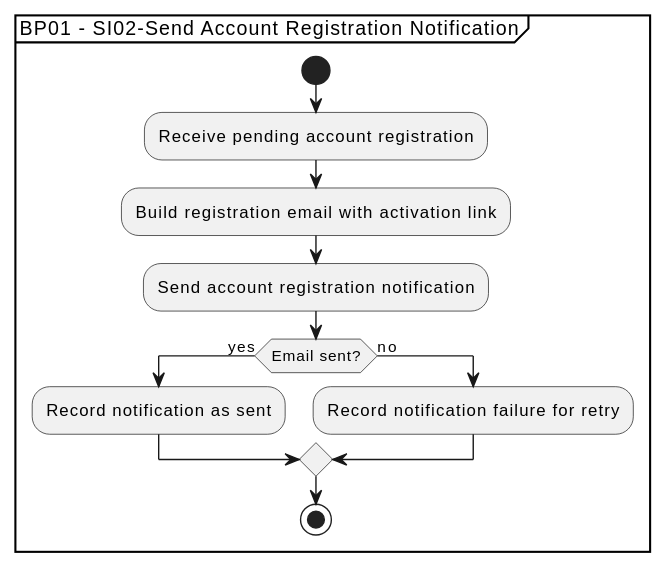
Above: 2.System Interactions/1.SystemInteractionDiagrams/BP01-SI02-Send-Account-Registration-Notification.svg in aaberg/builders-clinic-fix-me (PlantUML), before the change.
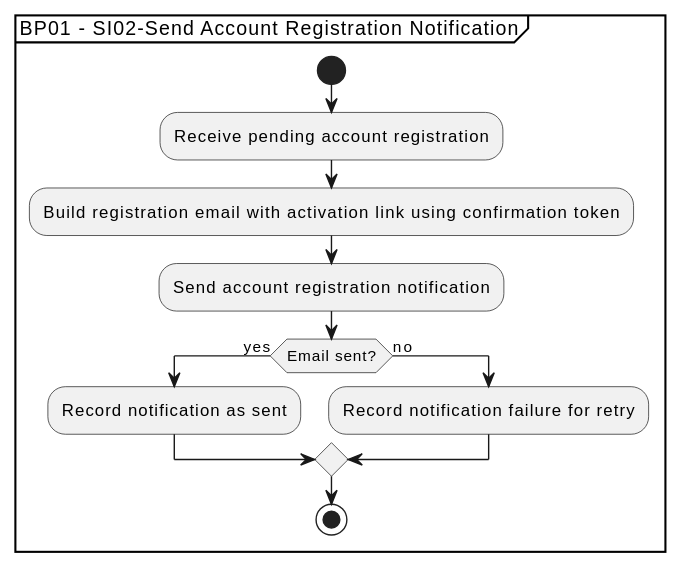
After the commit.

Commit message:
Sync account registration interaction SVGs

Diff of the diagram source:
```diff
@@ -2,7 +2,7 @@
 partition "BP01 - SI02-Send Account Registration Notification" {
   start
   :Receive pending account registration;
-  :Build registration email with activation link;
+  :Build registration email with activation link using confirmation token;
   :Send account registration notification;
   if (Email sent?) then (yes)
     :Record notification as sent;
```
